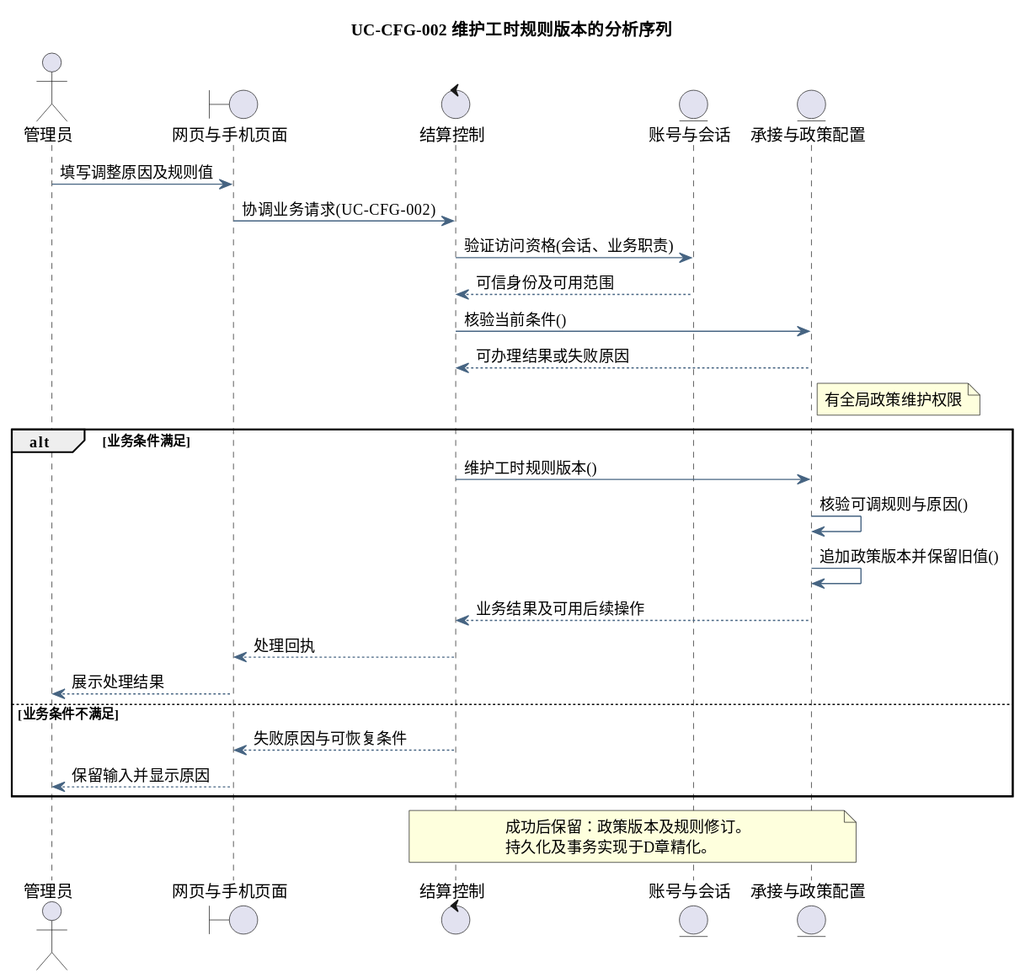
Before: docs/diagrams/analysis/seq-uc-cfg-002.svg, a diagram exported from PlantUML (tccc1csu/miniprogram-csu). Source of this version:
```plantuml
@startuml
skinparam defaultFontName Microsoft YaHei
skinparam shadowing false
skinparam backgroundColor #FFFFFF
skinparam ArrowColor #466482
skinparam classAttributeIconSize 0
hide empty members
title UC-CFG-002 维护工时规则版本的分析序列
actor "管理员" as actor
boundary "网页与手机页面" as page
control "结算控制" as ctl
entity "账号与会话" as identity
entity "承接与政策配置" as model
actor -> page : 填写调整原因及规则值
page -> ctl : 协调业务请求(UC-CFG-002)
ctl -> identity : 验证访问资格(会话、业务职责)
identity --> ctl : 可信身份及可用范围
ctl -> model : 核验当前条件()
model --> ctl : 可办理结果或失败原因
note right of model
有全局政策维护权限
end note
alt 业务条件满足
ctl -> model : 维护工时规则版本()
model -> model : 核验可调规则与原因()
model -> model : 追加政策版本并保留旧值()
model --> ctl : 业务结果及可用后续操作
ctl --> page : 处理回执
page --> actor : 展示处理结果
else 业务条件不满足
ctl --> page : 失败原因与可恢复条件
page --> actor : 保留输入并显示原因
end
note over ctl,model
成功后保留：政策版本及规则修订。
持久化及事务实现于D章精化。
end note
@enduml
```
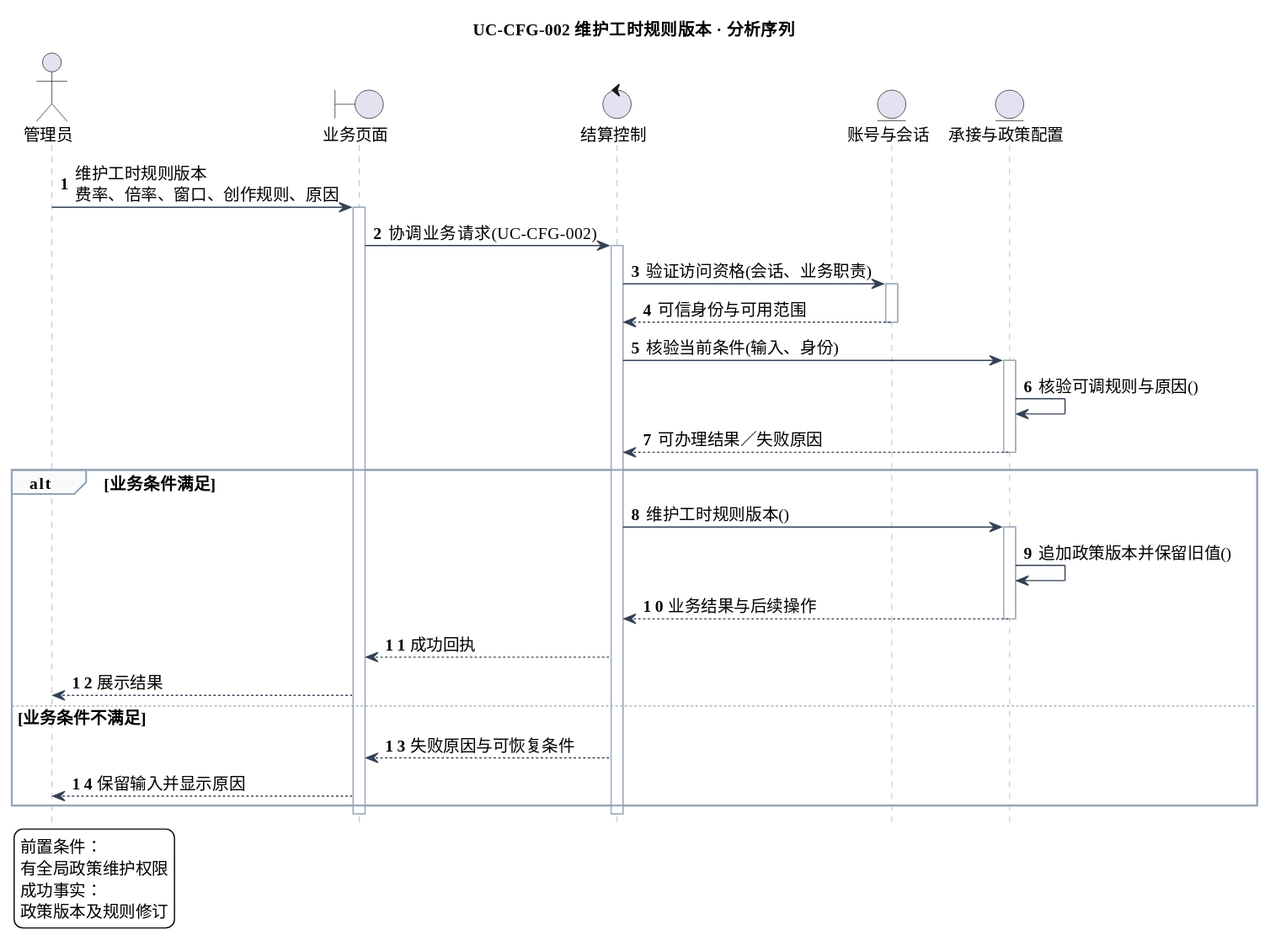
The same diagram one commit later.

The edit, as a diff of the source:
```diff
@@ -5,34 +5,52 @@
 skinparam ArrowColor #466482
 skinparam classAttributeIconSize 0
 hide empty members
-title UC-CFG-002 维护工时规则版本的分析序列
+skinparam defaultFontSize 14
+skinparam sequenceLifeLineBorderColor #9AA8B8
+skinparam sequenceArrowColor #334155
+skinparam sequenceGroupBorderColor #94A3B8
+skinparam sequenceGroupBackgroundColor #F8FAFC
+skinparam sequenceParticipantPadding 18
+skinparam maxMessageSize 240
+hide footbox
+autonumber
+title UC-CFG-002 维护工时规则版本 · 分析序列
 actor "管理员" as actor
-boundary "网页与手机页面" as page
+boundary "业务页面" as page
 control "结算控制" as ctl
 entity "账号与会话" as identity
 entity "承接与政策配置" as model
-actor -> page : 填写调整原因及规则值
+actor -> page : 维护工时规则版本\n费率、倍率、窗口、创作规则、原因
+activate page
 page -> ctl : 协调业务请求(UC-CFG-002)
+activate ctl
 ctl -> identity : 验证访问资格(会话、业务职责)
-identity --> ctl : 可信身份及可用范围
-ctl -> model : 核验当前条件()
-model --> ctl : 可办理结果或失败原因
-note right of model
-有全局政策维护权限
-end note
+activate identity
+identity --> ctl : 可信身份与可用范围
+deactivate identity
+ctl -> model : 核验当前条件(输入、身份)
+activate model
+model -> model : 核验可调规则与原因()
+model --> ctl : 可办理结果／失败原因
+deactivate model
 alt 业务条件满足
 ctl -> model : 维护工时规则版本()
-model -> model : 核验可调规则与原因()
+activate model
 model -> model : 追加政策版本并保留旧值()
-model --> ctl : 业务结果及可用后续操作
-ctl --> page : 处理回执
-page --> actor : 展示处理结果
+model --> ctl : 业务结果与后续操作
+deactivate model
+ctl --> page : 成功回执
+page --> actor : 展示结果
 else 业务条件不满足
 ctl --> page : 失败原因与可恢复条件
 page --> actor : 保留输入并显示原因
 end
-note over ctl,model
-成功后保留：政策版本及规则修订。
-持久化及事务实现于D章精化。
-end note
+deactivate ctl
+deactivate page
+legend bottom left
+前置条件：
+有全局政策维护权限
+成功事实：
+政策版本及规则修订
+endlegend
 @enduml
```
